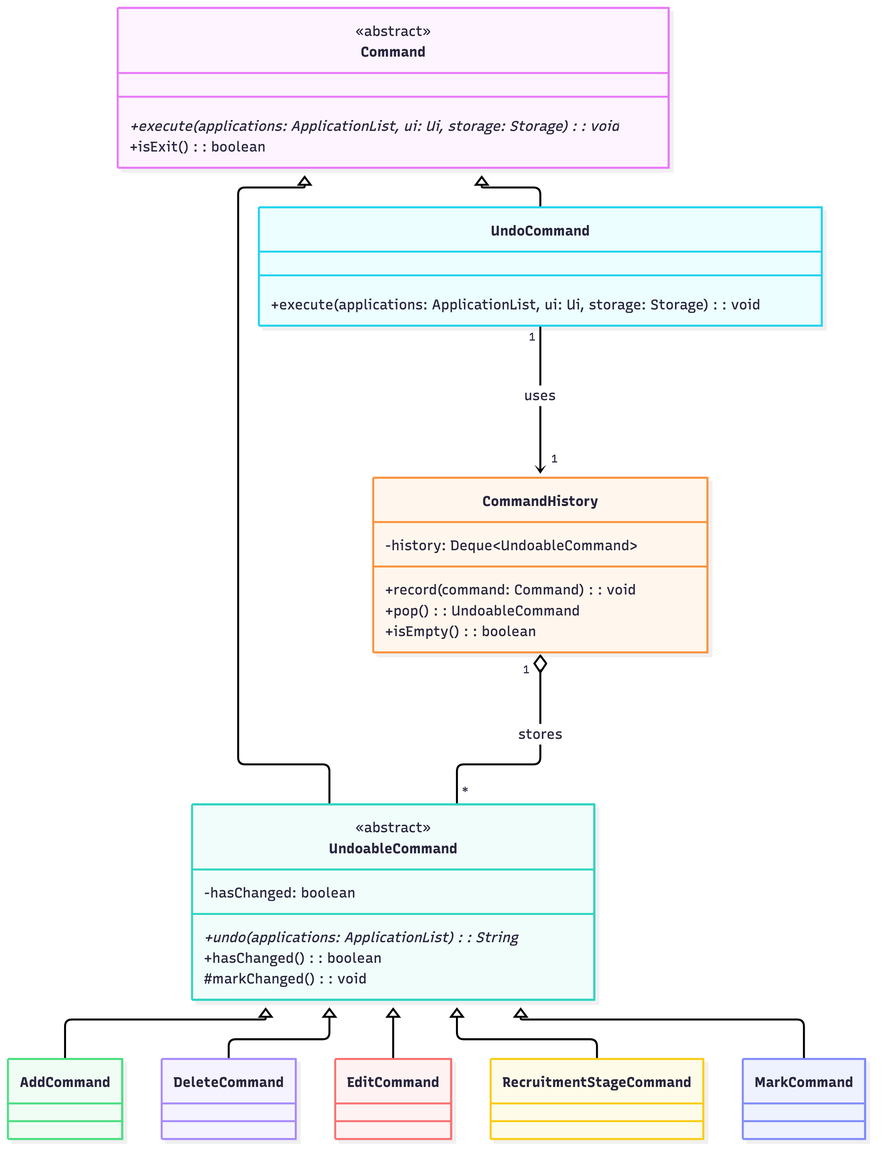
This is docs/diagrams/command-history-undo-class.png from AY2627S1-CS2113-T10-2/tp, a Mermaid export, as it was before one commit. Its source is kept beside it as docs/diagrams/sources/command-history-undo-class.mmd.
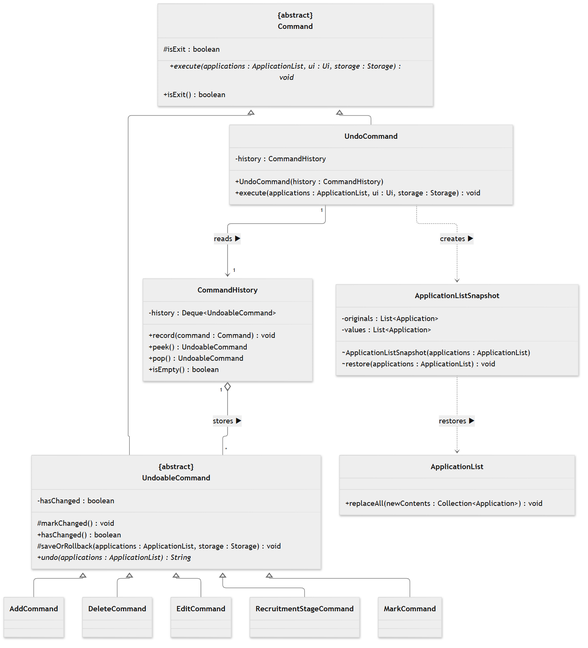
After the change.

The edit, as a diff of the source:
```diff
@@ -1,24 +1,38 @@
+%%{init: {'theme': 'neutral'}}%%
 classDiagram
-    class Command {
-        <<abstract>>
-        +execute(applications: ApplicationList, ui: Ui, storage: Storage)*: void
-        +isExit(): boolean
+    direction TB
+    class Command["{abstract}<br/>Command"] {
+        #isExit : boolean
+        +execute(applications : ApplicationList, ui : Ui, storage : Storage)* void
+        +isExit() boolean
     }
-    class UndoableCommand {
-        <<abstract>>
-        -hasChanged: boolean
-        +undo(applications: ApplicationList)*: String
-        +hasChanged(): boolean
-        #markChanged(): void
+    class UndoableCommand["{abstract}<br/>UndoableCommand"] {
+        -hasChanged : boolean
+        #markChanged() void
+        +hasChanged() boolean
+        #saveOrRollback(applications : ApplicationList, storage : Storage) void
+        +undo(applications : ApplicationList)* String
     }
     class CommandHistory {
-        -history: Deque~UndoableCommand~
-        +record(command: Command): void
-        +pop(): UndoableCommand
-        +isEmpty(): boolean
+        -history : Deque~UndoableCommand~
+        +record(command : Command) void
+        +peek() UndoableCommand
+        +pop() UndoableCommand
+        +isEmpty() boolean
     }
     class UndoCommand {
-        +execute(applications: ApplicationList, ui: Ui, storage: Storage): void
+        -history : CommandHistory
+        +UndoCommand(history : CommandHistory)
+        +execute(applications : ApplicationList, ui : Ui, storage : Storage) void
+    }
+    class ApplicationListSnapshot {
+        -originals : List~Application~
+        -values : List~Application~
+        ~ApplicationListSnapshot(applications : ApplicationList)
+        ~restore(applications : ApplicationList) void
+    }
+    class ApplicationList {
+        +replaceAll(newContents : Collection~Application~) void
     }
     Command <|-- UndoableCommand
     Command <|-- UndoCommand
@@ -27,5 +41,7 @@
     UndoableCommand <|-- EditCommand
     UndoableCommand <|-- RecruitmentStageCommand
     UndoableCommand <|-- MarkCommand
-    CommandHistory "1" o-- "*" UndoableCommand : stores
-    UndoCommand "1" --> "1" CommandHistory : uses
+    CommandHistory "1" o-- "*" UndoableCommand : stores ▶
+    UndoCommand "1" --> "1" CommandHistory : reads ▶
+    UndoCommand ..> ApplicationListSnapshot : creates ▶
+    ApplicationListSnapshot ..> ApplicationList : restores ▶
```
